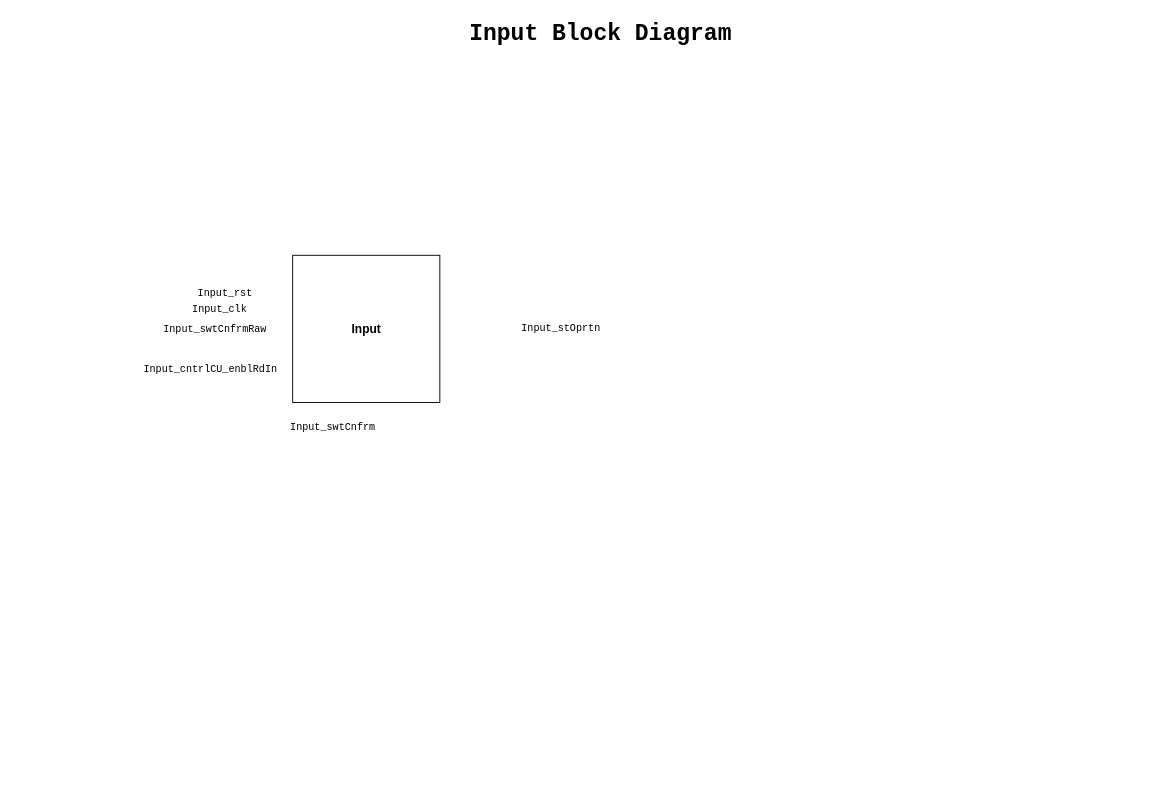
Vichu95/Basic_CPU_FPGA keeps this draw.io diagram as page "Input_BD" (6 of 9) of 04_ControlUnit_v1/CPU_Design.drawio. Above is the earlier version. Source tidied: cells renumbered, new cells numbered last; positions are measured from the earlier drawing's top-left corner, leaving out a move shared by most shapes. Both pictures are drawn from the tidied source at 92%, with x=0, y=0 at pixel (209, 16).
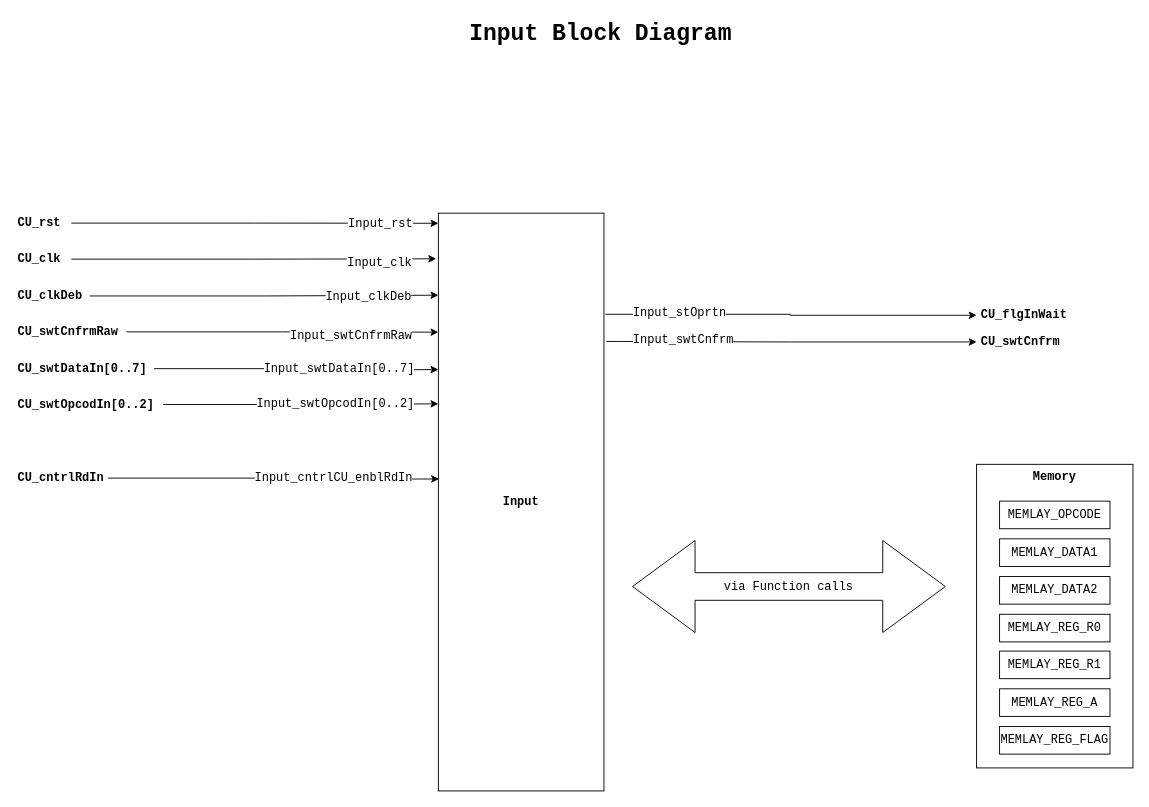
Above is the later version.

Commit message (it also covers changes not shown here):
Updated individual block diagrams of all blocks. No memory

Diff of the diagram source:
```diff
@@
+    <mxCell id="9" value="&lt;font style=&quot;font-size: 25px;&quot;&gt;&lt;b style=&quot;font-size: 25px;&quot;&gt;Input Block Diagram&lt;/b&gt;&lt;/font&gt;" style="text;html=1;align=center;verticalAlign=middle;strokeColor=none;fillColor=none;fontSize=25;fontFamily=Courier New;" parent="1" vertex="1">
+      <mxGeometry x="270" width="310" height="40" as="geometry" />
+    </mxCell>
+    <mxCell id="8" value="&lt;b&gt;&lt;font style=&quot;font-size: 13px;&quot;&gt;Input&lt;/font&gt;&lt;/b&gt;" style="rounded=0;whiteSpace=wrap;html=1;fontFamily=Courier New;fontSize=11;" parent="1" vertex="1">
+      <mxGeometry x="249" y="214.2" width="180" height="628" as="geometry" />
+    </mxCell>
+    <mxCell id="10" style="edgeStyle=orthogonalEdgeStyle;rounded=0;jettySize=auto;html=1;entryX=0;entryY=0.206;entryDx=0;entryDy=0;entryPerimeter=0;fontFamily=Courier New;fontSize=13;fontColor=#000000;" parent="1" edge="1" source="11" target="8">
+      <mxGeometry relative="1" as="geometry" />
+    </mxCell>
+    <mxCell id="4" value="Input_swtCnfrmRaw" style="edgeLabel;html=1;align=center;verticalAlign=middle;fontSize=13;fontFamily=Courier New;fontColor=#000000;" parent="10" vertex="1">
+      <mxGeometry x="0.73" y="-3" relative="1" as="geometry">
+        <mxPoint x="-50" as="offset" />
+      </mxGeometry>
+    </mxCell>
+    <mxCell id="11" value="CU_swtCnfrmRaw" style="text;html=1;align=left;verticalAlign=middle;points=[];strokeColor=none;fillColor=none;fontStyle=1;labelBackgroundColor=none;fontColor=#000000;fontSize=13;fontFamily=Courier New;spacing=2;spacingRight=-13;" parent="1" vertex="1">
+      <mxGeometry x="-210" y="328.2" width="120" height="30" as="geometry" />
+    </mxCell>
+    <mxCell id="12" style="edgeStyle=orthogonalEdgeStyle;rounded=0;jettySize=auto;html=1;fontFamily=Courier New;fontSize=13;fontColor=#0000FF;" parent="1" edge="1" source="13">
+      <mxGeometry relative="1" as="geometry">
+        <mxPoint x="249" y="225.2" as="targetPoint" />
+      </mxGeometry>
+    </mxCell>
-    <mxCell id="2" value="Input_rst" style="edgeLabel;html=1;align=center;verticalAlign=middle;fontSize=11;fontFamily=Courier New;" parent="1" vertex="1">
-      <mxGeometry x="16.4" y="301" as="geometry" />
+    <mxCell id="2" value="Input_rst" style="edgeLabel;html=1;align=center;verticalAlign=middle;fontSize=13;fontFamily=Courier New;fontColor=#000000;" parent="12" vertex="1">
+      <mxGeometry x="0.68" relative="1" as="geometry" />
     </mxCell>
+    <mxCell id="13" value="CU_rst" style="text;html=1;align=left;verticalAlign=middle;points=[];strokeColor=none;fillColor=none;fontStyle=1;labelBackgroundColor=none;fontColor=#000000;fontSize=13;fontFamily=Courier New;spacing=2;spacingRight=-13;" parent="1" vertex="1">
+      <mxGeometry x="-210" y="210" width="60" height="30" as="geometry" />
+    </mxCell>
+    <mxCell id="14" style="edgeStyle=orthogonalEdgeStyle;rounded=0;jettySize=auto;html=1;fontFamily=Courier New;fontSize=13;fontColor=#000000;" parent="1" edge="1" source="16">
+      <mxGeometry relative="1" as="geometry">
+        <mxPoint x="249" y="384.2" as="targetPoint" />
+      </mxGeometry>
+    </mxCell>
+    <mxCell id="15" value="Input_swtDataIn[0..7]" style="edgeLabel;html=1;align=center;verticalAlign=middle;fontSize=13;fontFamily=Courier New;fontColor=#000000;" parent="14" vertex="1">
+      <mxGeometry x="0.57" y="2" relative="1" as="geometry">
+        <mxPoint x="-42" as="offset" />
+      </mxGeometry>
+    </mxCell>
+    <mxCell id="16" value="CU_swtDataIn[0..7]" style="text;html=1;align=left;verticalAlign=middle;points=[];strokeColor=none;fillColor=none;fontStyle=1;labelBackgroundColor=none;fontColor=#000000;fontSize=13;fontFamily=Courier New;spacing=2;spacingRight=-13;" parent="1" vertex="1">
+      <mxGeometry x="-210" y="368.2" width="150" height="30" as="geometry" />
+    </mxCell>
+    <mxCell id="17" style="edgeStyle=orthogonalEdgeStyle;rounded=0;jettySize=auto;html=1;entryX=0;entryY=0.33;entryDx=0;entryDy=0;entryPerimeter=0;fontFamily=Courier New;fontSize=13;fontColor=#000000;" parent="1" edge="1" source="19" target="8">
+      <mxGeometry relative="1" as="geometry" />
+    </mxCell>
+    <mxCell id="18" value="Input_swtOpcodIn[0..2]" style="edgeLabel;html=1;align=center;verticalAlign=middle;fontSize=13;fontFamily=Courier New;fontColor=#000000;" parent="17" vertex="1">
+      <mxGeometry x="0.6" y="1" relative="1" as="geometry">
+        <mxPoint x="-53" as="offset" />
+      </mxGeometry>
+    </mxCell>
+    <mxCell id="19" value="CU_swtOpcodIn[0..2]" style="text;html=1;align=left;verticalAlign=middle;points=[];strokeColor=none;fillColor=none;fontStyle=1;labelBackgroundColor=none;fontColor=#000000;fontSize=13;fontFamily=Courier New;spacing=2;spacingRight=-13;" parent="1" vertex="1">
+      <mxGeometry x="-210" y="407.2" width="160" height="30" as="geometry" />
+    </mxCell>
+    <mxCell id="20" style="edgeStyle=orthogonalEdgeStyle;rounded=0;jettySize=auto;html=1;entryX=-0.013;entryY=0.079;entryDx=0;entryDy=0;entryPerimeter=0;fontFamily=Courier New;fontSize=13;fontColor=#000000;" parent="1" edge="1" source="21" target="8">
+      <mxGeometry relative="1" as="geometry" />
+    </mxCell>
-    <mxCell id="3" value="Input_clk" style="edgeLabel;html=1;align=center;verticalAlign=middle;fontSize=11;fontFamily=Courier New;" parent="1" vertex="1">
-      <mxGeometry x="10.8" y="318" as="geometry" />
+    <mxCell id="3" value="Input_clk" style="edgeLabel;html=1;align=center;verticalAlign=middle;fontSize=13;fontFamily=Courier New;fontColor=#000000;" parent="20" vertex="1">
+      <mxGeometry x="0.67" y="-4" relative="1" as="geometry">
+        <mxPoint x="3" as="offset" />
+      </mxGeometry>
     </mxCell>
-    <mxCell id="4" value="Input_swtCnfrmRaw" style="edgeLabel;html=1;align=center;verticalAlign=middle;fontSize=11;fontFamily=Courier New;" parent="1" vertex="1">
-      <mxGeometry x="5.6" y="340" as="geometry" />
-    </mxCell>
+    <mxCell id="21" value="CU_clk" style="text;html=1;align=left;verticalAlign=middle;points=[];strokeColor=none;fillColor=none;fontStyle=1;labelBackgroundColor=none;fontColor=#000000;fontSize=13;fontFamily=Courier New;spacing=2;spacingRight=-13;" parent="1" vertex="1">
+      <mxGeometry x="-210" y="249.2" width="60" height="30" as="geometry" />
+    </mxCell>
+    <mxCell id="22" style="edgeStyle=orthogonalEdgeStyle;rounded=0;jettySize=auto;html=1;entryX=0;entryY=0.142;entryDx=0;entryDy=0;fontFamily=Courier New;fontSize=13;fontColor=#000000;entryPerimeter=0;" parent="1" edge="1" source="24" target="8">
+      <mxGeometry relative="1" as="geometry" />
+    </mxCell>
+    <mxCell id="23" value="Input_clkDeb" style="edgeLabel;html=1;align=center;verticalAlign=middle;fontSize=13;fontFamily=Courier New;fontColor=#000000;" parent="22" vertex="1">
+      <mxGeometry x="0.71" y="-1" relative="1" as="geometry">
+        <mxPoint x="-22" as="offset" />
+      </mxGeometry>
+    </mxCell>
+    <mxCell id="24" value="CU_clkDeb" style="text;html=1;align=left;verticalAlign=middle;points=[];strokeColor=none;fillColor=none;fontStyle=1;labelBackgroundColor=none;fontColor=#000000;fontSize=13;fontFamily=Courier New;spacing=2;spacingRight=-13;" parent="1" vertex="1">
+      <mxGeometry x="-210" y="289.2" width="80" height="30" as="geometry" />
+    </mxCell>
+    <mxCell id="25" style="edgeStyle=orthogonalEdgeStyle;rounded=0;jettySize=auto;html=1;entryX=0.004;entryY=0.457;entryDx=0;entryDy=0;entryPerimeter=0;fontFamily=Courier New;fontSize=13;fontColor=#000000;startArrow=none;startFill=0;endArrow=classic;endFill=1;" parent="1" edge="1" source="26">
+      <mxGeometry relative="1" as="geometry">
+        <mxPoint x="249.7" y="503.1" as="targetPoint" />
+      </mxGeometry>
+    </mxCell>
+    <mxCell id="6" value="Input_cntrlCU_enblRdIn" style="edgeLabel;html=1;align=center;verticalAlign=middle;fontSize=13;fontFamily=Courier New;fontColor=#000000;" parent="25" vertex="1">
+      <mxGeometry x="0.46" y="2" relative="1" as="geometry">
+        <mxPoint x="-18" as="offset" />
+      </mxGeometry>
+    </mxCell>
+    <mxCell id="26" value="CU_cntrlRdIn" style="text;html=1;align=left;verticalAlign=middle;points=[];strokeColor=none;fillColor=none;fontStyle=1;labelBackgroundColor=none;fontColor=#000000;fontSize=13;fontFamily=Courier New;spacing=2;spacingRight=-13;" parent="1" vertex="1">
+      <mxGeometry x="-210" y="487.2" width="100" height="30" as="geometry" />
+    </mxCell>
+    <mxCell id="27" style="edgeStyle=orthogonalEdgeStyle;rounded=0;jettySize=auto;html=1;entryX=1.008;entryY=0.175;entryDx=0;entryDy=0;entryPerimeter=0;fontFamily=Courier New;fontSize=13;fontColor=#000000;startArrow=classic;startFill=1;endArrow=none;endFill=0;" parent="1" edge="1" source="28" target="8">
+      <mxGeometry relative="1" as="geometry" />
+    </mxCell>
+    <mxCell id="7" value="Input_stOprtn" style="edgeLabel;html=1;align=center;verticalAlign=middle;fontSize=13;fontFamily=Courier New;fontColor=#000000;" parent="27" vertex="1">
+      <mxGeometry x="0.63" y="-2" relative="1" as="geometry">
+        <mxPoint x="5" as="offset" />
+      </mxGeometry>
+    </mxCell>
+    <mxCell id="28" value="CU_flgInWait" style="text;html=1;align=left;verticalAlign=middle;points=[];strokeColor=none;fillColor=none;fontStyle=1;labelBackgroundColor=none;fontColor=#000000;fontSize=13;fontFamily=Courier New;spacingLeft=3;" parent="1" vertex="1">
+      <mxGeometry x="834" y="310.2" width="120" height="30" as="geometry" />
+    </mxCell>
+    <mxCell id="29" style="edgeStyle=orthogonalEdgeStyle;rounded=0;jettySize=auto;html=1;entryX=1.014;entryY=0.222;entryDx=0;entryDy=0;entryPerimeter=0;fontFamily=Courier New;fontSize=13;fontColor=#000000;startArrow=classic;startFill=1;endArrow=none;endFill=0;" parent="1" edge="1" source="30" target="8">
+      <mxGeometry relative="1" as="geometry" />
+    </mxCell>
-    <mxCell id="5" value="Input_swtCnfrm" style="edgeLabel;html=1;align=center;verticalAlign=middle;fontSize=11;fontFamily=Courier New;" parent="1" vertex="1">
-      <mxGeometry x="130.6" y="442.9" as="geometry">
-        <mxPoint x="3" y="4" as="offset" />
+    <mxCell id="5" value="Input_swtCnfrm" style="edgeLabel;html=1;align=center;verticalAlign=middle;fontSize=13;fontFamily=Courier New;fontColor=#000000;" parent="29" vertex="1">
+      <mxGeometry x="0.73" y="-2" relative="1" as="geometry">
+        <mxPoint x="29" as="offset" />
       </mxGeometry>
     </mxCell>
-    <mxCell id="6" value="Input_cntrlCU_enblRdIn" style="edgeLabel;html=1;align=center;verticalAlign=middle;fontSize=11;fontFamily=Courier New;" parent="1" vertex="1">
-      <mxGeometry y="383" as="geometry" />
-    </mxCell>
-    <mxCell id="7" value="Input_stOprtn" style="edgeLabel;html=1;align=center;verticalAlign=middle;fontSize=11;fontFamily=Courier New;" parent="1" vertex="1">
-      <mxGeometry x="380" y="340" as="geometry">
-        <mxPoint x="1" y="-1" as="offset" />
-      </mxGeometry>
-    </mxCell>
-    <mxCell id="8" value="&lt;font style=&quot;font-size: 13px;&quot;&gt;&lt;b&gt;Input&lt;/b&gt;&lt;/font&gt;" style="rounded=0;whiteSpace=wrap;html=1;" parent="1" vertex="1">
-      <mxGeometry x="90.6" y="260" width="160" height="160" as="geometry" />
-    </mxCell>
-    <mxCell id="9" value="&lt;font style=&quot;font-size: 25px;&quot;&gt;&lt;b style=&quot;font-size: 25px;&quot;&gt;Input Block Diagram&lt;/b&gt;&lt;/font&gt;" style="text;html=1;align=center;verticalAlign=middle;strokeColor=none;fillColor=none;fontSize=25;fontFamily=Courier New;" parent="1" vertex="1">
-      <mxGeometry x="270" width="310" height="40" as="geometry" />
-    </mxCell>
+    <mxCell id="30" value="CU_swtCnfrm" style="text;html=1;align=left;verticalAlign=middle;points=[];strokeColor=none;fillColor=none;fontStyle=1;labelBackgroundColor=none;fontColor=#000000;fontSize=13;fontFamily=Courier New;spacingLeft=3;" parent="1" vertex="1">
+      <mxGeometry x="834" y="339.2" width="110" height="30" as="geometry" />
+    </mxCell>
+    <mxCell id="31" style="group;" parent="1" vertex="1">
+      <mxGeometry x="834" y="487.2" width="170" height="330" as="geometry" />
+    </mxCell>
+    <mxCell id="32" value="Memory" style="rounded=0;whiteSpace=wrap;html=1;labelBackgroundColor=none;fontFamily=Courier New;fontSize=13;fontColor=#000000;fontStyle=1;verticalAlign=top;" parent="31" vertex="1">
+      <mxGeometry width="170" height="330" as="geometry" />
+    </mxCell>
+    <mxCell id="33" value="MEMLAY_OPCODE" style="rounded=0;whiteSpace=wrap;html=1;labelBackgroundColor=none;fontFamily=Courier New;fontSize=13;fontColor=#000000;" parent="31" vertex="1">
+      <mxGeometry x="25" y="40" width="120" height="30" as="geometry" />
+    </mxCell>
+    <mxCell id="34" value="MEMLAY_DATA1" style="rounded=0;whiteSpace=wrap;html=1;labelBackgroundColor=none;fontFamily=Courier New;fontSize=13;fontColor=#000000;" parent="31" vertex="1">
+      <mxGeometry x="25" y="81" width="120" height="30" as="geometry" />
+    </mxCell>
+    <mxCell id="35" value="MEMLAY_DATA2" style="rounded=0;whiteSpace=wrap;html=1;labelBackgroundColor=none;fontFamily=Courier New;fontSize=13;fontColor=#000000;" parent="31" vertex="1">
+      <mxGeometry x="25" y="122" width="120" height="30" as="geometry" />
+    </mxCell>
+    <mxCell id="36" value="MEMLAY_REG_R0" style="rounded=0;whiteSpace=wrap;html=1;labelBackgroundColor=none;fontFamily=Courier New;fontSize=13;fontColor=#000000;" parent="31" vertex="1">
+      <mxGeometry x="25" y="163" width="120" height="30" as="geometry" />
+    </mxCell>
+    <mxCell id="37" value="MEMLAY_REG_R1" style="rounded=0;whiteSpace=wrap;html=1;labelBackgroundColor=none;fontFamily=Courier New;fontSize=13;fontColor=#000000;" parent="31" vertex="1">
+      <mxGeometry x="25" y="203" width="120" height="30" as="geometry" />
+    </mxCell>
+    <mxCell id="38" value="MEMLAY_REG_A" style="rounded=0;whiteSpace=wrap;html=1;labelBackgroundColor=none;fontFamily=Courier New;fontSize=13;fontColor=#000000;" parent="31" vertex="1">
+      <mxGeometry x="25" y="244" width="120" height="30" as="geometry" />
+    </mxCell>
+    <mxCell id="39" value="MEMLAY_REG_FLAG" style="rounded=0;whiteSpace=wrap;html=1;labelBackgroundColor=none;fontFamily=Courier New;fontSize=13;fontColor=#000000;" parent="31" vertex="1">
+      <mxGeometry x="25" y="285" width="120" height="30" as="geometry" />
+    </mxCell>
+    <mxCell id="40" value="via Function calls" style="shape=doubleArrow;whiteSpace=wrap;html=1;labelBackgroundColor=none;fontFamily=Courier New;fontSize=13;fontColor=#000000;rotation=0;" parent="1" vertex="1">
+      <mxGeometry x="460" y="570" width="340" height="100" as="geometry" />
+    </mxCell>
```
